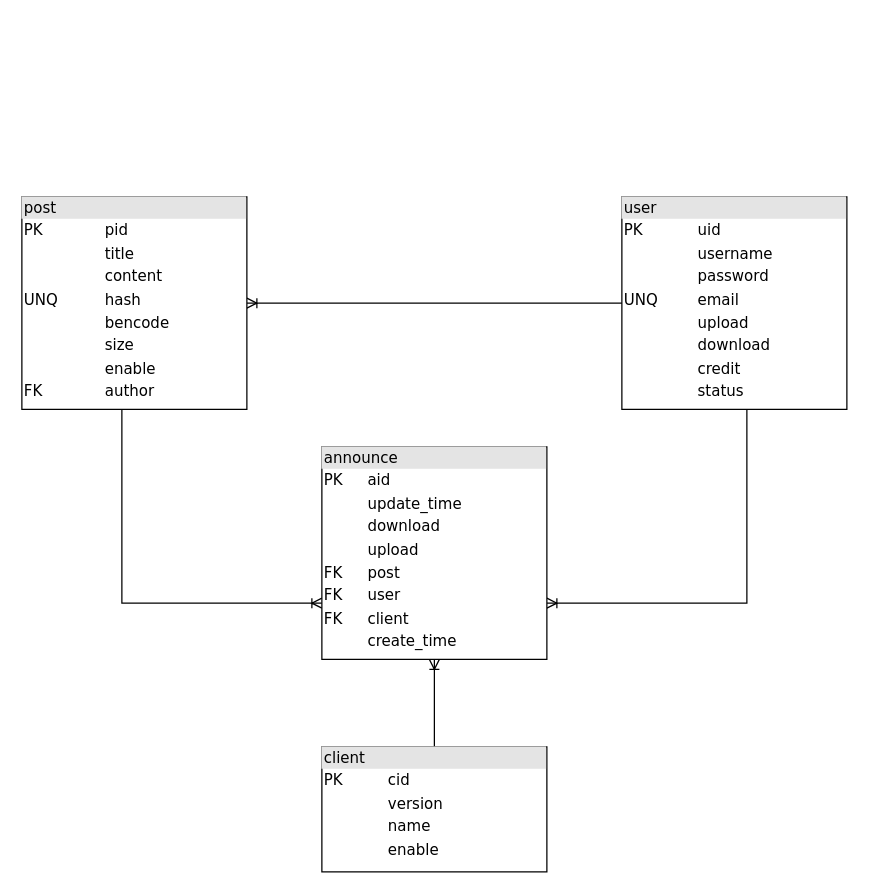
The draw.io diagram configuration/design/er.drawio in Rugal/glavenus, before the edit. Source tidied: cells renumbered, new cells numbered last; positions are measured from the earlier drawing's top-left corner, leaving out a move shared by most shapes. Both pictures are drawn from the tidied source at 125%, with x=0, y=0 at pixel (21, 196).
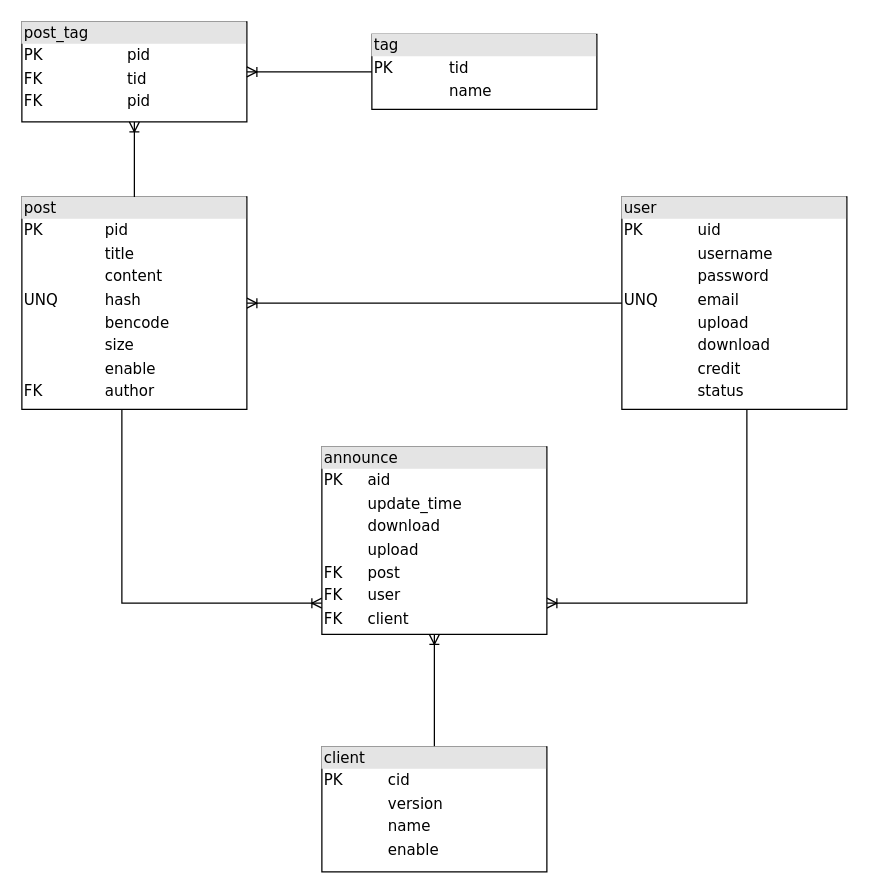
After the change.

The edit, as a diff of the source:
```diff
@@
 <mxGraphModel background="#ffffff">
   <root>
     <mxCell id="0" />
     <mxCell id="1" parent="0" />
     <mxCell id="2" style="edgeStyle=orthogonalEdgeStyle;rounded=0;jettySize=auto;html=1;startArrow=none;startFill=0;endArrow=ERoneToMany;endFill=0;" parent="1" edge="1" source="3" target="9">
       <mxGeometry relative="1" as="geometry">
         <Array as="points">
           <mxPoint x="580" y="325" />
         </Array>
       </mxGeometry>
     </mxCell>
     <mxCell id="3" value="&lt;div style=&quot;box-sizing: border-box ; width: 100% ; background: #e4e4e4 ; padding: 2px&quot;&gt;user&lt;/div&gt;&lt;table style=&quot;width: 100% ; font-size: 1em&quot; cellpadding=&quot;2&quot; cellspacing=&quot;0&quot;&gt;&lt;tbody&gt;&lt;tr&gt;&lt;td&gt;PK&lt;/td&gt;&lt;td&gt;uid&lt;/td&gt;&lt;/tr&gt;&lt;tr&gt;&lt;td&gt;&lt;br&gt;&lt;/td&gt;&lt;td&gt;username&lt;/td&gt;&lt;/tr&gt;&lt;tr&gt;&lt;td&gt;&lt;/td&gt;&lt;td&gt;password&lt;/td&gt;&lt;/tr&gt;&lt;tr&gt;&lt;td&gt;UNQ&lt;/td&gt;&lt;td&gt;email&lt;/td&gt;&lt;/tr&gt;&lt;tr&gt;&lt;td&gt;&lt;br&gt;&lt;/td&gt;&lt;td&gt;upload&lt;br&gt;&lt;/td&gt;&lt;/tr&gt;&lt;tr&gt;&lt;td&gt;&lt;br&gt;&lt;/td&gt;&lt;td&gt;download&lt;/td&gt;&lt;/tr&gt;&lt;tr&gt;&lt;td&gt;&lt;br&gt;&lt;/td&gt;&lt;td&gt;credit&lt;/td&gt;&lt;/tr&gt;&lt;tr&gt;&lt;td&gt;&lt;br&gt;&lt;/td&gt;&lt;td&gt;status&lt;br&gt;&lt;/td&gt;&lt;/tr&gt;&lt;tr&gt;&lt;td&gt;&lt;/td&gt;&lt;td&gt;&lt;/td&gt;&lt;/tr&gt;&lt;/tbody&gt;&lt;/table&gt;" style="verticalAlign=top;align=left;overflow=fill;html=1;rounded=0;shadow=0;comic=0;labelBackgroundColor=none;strokeColor=#000000;strokeWidth=1;fillColor=#ffffff;fontFamily=Verdana;fontSize=12;fontColor=#000000;" parent="1" vertex="1">
       <mxGeometry x="480" width="180" height="170" as="geometry" />
     </mxCell>
     <mxCell id="4" style="edgeStyle=orthogonalEdgeStyle;rounded=0;jettySize=auto;html=1;startArrow=ERoneToMany;startFill=0;endArrow=none;endFill=0;" parent="1" edge="1" source="6" target="3">
       <mxGeometry relative="1" as="geometry" />
     </mxCell>
     <mxCell id="5" style="edgeStyle=orthogonalEdgeStyle;rounded=0;jettySize=auto;html=1;startArrow=none;startFill=0;endArrow=ERoneToMany;endFill=0;" parent="1" edge="1" source="6" target="9">
       <mxGeometry relative="1" as="geometry">
         <Array as="points">
           <mxPoint x="80" y="325" />
         </Array>
       </mxGeometry>
     </mxCell>
     <mxCell id="6" value="&lt;div style=&quot;box-sizing: border-box ; width: 100% ; background: #e4e4e4 ; padding: 2px&quot;&gt;post&lt;/div&gt;&lt;table style=&quot;width: 100% ; font-size: 1em&quot; cellpadding=&quot;2&quot; cellspacing=&quot;0&quot;&gt;&lt;tbody&gt;&lt;tr&gt;&lt;td&gt;PK&lt;/td&gt;&lt;td&gt;pid&lt;/td&gt;&lt;/tr&gt;&lt;tr&gt;&lt;td&gt;&lt;br&gt;&lt;/td&gt;&lt;td&gt;title&lt;/td&gt;&lt;/tr&gt;&lt;tr&gt;&lt;td&gt;&lt;/td&gt;&lt;td&gt;content&lt;/td&gt;&lt;/tr&gt;&lt;tr&gt;&lt;td&gt;UNQ&lt;/td&gt;&lt;td&gt;hash&lt;/td&gt;&lt;/tr&gt;&lt;tr&gt;&lt;td&gt;&lt;br&gt;&lt;/td&gt;&lt;td&gt;bencode&lt;br&gt;&lt;/td&gt;&lt;/tr&gt;&lt;tr&gt;&lt;td&gt;&lt;br&gt;&lt;/td&gt;&lt;td&gt;size&lt;/td&gt;&lt;/tr&gt;&lt;tr&gt;&lt;td&gt;&lt;br&gt;&lt;/td&gt;&lt;td&gt;enable&lt;/td&gt;&lt;/tr&gt;&lt;tr&gt;&lt;td&gt;FK&lt;/td&gt;&lt;td&gt;author&lt;/td&gt;&lt;/tr&gt;&lt;tr&gt;&lt;td&gt;&lt;/td&gt;&lt;td&gt;&lt;/td&gt;&lt;/tr&gt;&lt;/tbody&gt;&lt;/table&gt;" style="verticalAlign=top;align=left;overflow=fill;html=1;rounded=0;shadow=0;comic=0;labelBackgroundColor=none;strokeColor=#000000;strokeWidth=1;fillColor=#ffffff;fontFamily=Verdana;fontSize=12;fontColor=#000000;" parent="1" vertex="1">
       <mxGeometry width="180" height="170" as="geometry" />
     </mxCell>
     <mxCell id="7" style="edgeStyle=orthogonalEdgeStyle;rounded=0;jettySize=auto;html=1;startArrow=none;startFill=0;endArrow=ERoneToMany;endFill=0;" parent="1" edge="1" source="8" target="9">
       <mxGeometry relative="1" as="geometry" />
     </mxCell>
     <mxCell id="8" value="&lt;div style=&quot;box-sizing: border-box ; width: 100% ; background: #e4e4e4 ; padding: 2px&quot;&gt;client&lt;/div&gt;&lt;table style=&quot;width: 100% ; font-size: 1em&quot; cellpadding=&quot;2&quot; cellspacing=&quot;0&quot;&gt;&lt;tbody&gt;&lt;tr&gt;&lt;td&gt;PK&lt;/td&gt;&lt;td&gt;cid&lt;/td&gt;&lt;/tr&gt;&lt;tr&gt;&lt;td&gt;&lt;br&gt;&lt;/td&gt;&lt;td&gt;version&lt;/td&gt;&lt;/tr&gt;&lt;tr&gt;&lt;td&gt;&lt;/td&gt;&lt;td&gt;name&lt;/td&gt;&lt;/tr&gt;&lt;tr&gt;&lt;td&gt;&lt;br&gt;&lt;/td&gt;&lt;td&gt;enable&lt;/td&gt;&lt;/tr&gt;&lt;tr&gt;&lt;td&gt;&lt;br&gt;&lt;/td&gt;&lt;td&gt;&lt;br&gt;&lt;/td&gt;&lt;/tr&gt;&lt;tr&gt;&lt;td&gt;&lt;/td&gt;&lt;td&gt;&lt;/td&gt;&lt;/tr&gt;&lt;tr&gt;&lt;td&gt;&lt;/td&gt;&lt;td&gt;&lt;/td&gt;&lt;/tr&gt;&lt;/tbody&gt;&lt;/table&gt;" style="verticalAlign=top;align=left;overflow=fill;html=1;rounded=0;shadow=0;comic=0;labelBackgroundColor=none;strokeColor=#000000;strokeWidth=1;fillColor=#ffffff;fontFamily=Verdana;fontSize=12;fontColor=#000000;" parent="1" vertex="1">
       <mxGeometry x="240" y="440" width="180" height="100" as="geometry" />
     </mxCell>
-    <mxCell id="9" value="&lt;div style=&quot;box-sizing: border-box ; width: 100% ; background: #e4e4e4 ; padding: 2px&quot;&gt;announce&lt;/div&gt;&lt;table style=&quot;width: 100% ; font-size: 1em&quot; cellpadding=&quot;2&quot; cellspacing=&quot;0&quot;&gt;&lt;tbody&gt;&lt;tr&gt;&lt;td&gt;PK&lt;/td&gt;&lt;td&gt;aid&lt;/td&gt;&lt;/tr&gt;&lt;tr&gt;&lt;td&gt;&lt;br&gt;&lt;/td&gt;&lt;td&gt;update_time&lt;br&gt;&lt;/td&gt;&lt;/tr&gt;&lt;tr&gt;&lt;td&gt;&lt;/td&gt;&lt;td&gt;download&lt;/td&gt;&lt;/tr&gt;&lt;tr&gt;&lt;td&gt;&lt;br&gt;&lt;/td&gt;&lt;td&gt;upload&lt;/td&gt;&lt;/tr&gt;&lt;tr&gt;&lt;td&gt;FK&lt;/td&gt;&lt;td&gt;post&lt;/td&gt;&lt;/tr&gt;&lt;tr&gt;&lt;td&gt;FK&lt;/td&gt;&lt;td&gt;user&lt;/td&gt;&lt;/tr&gt;&lt;tr&gt;&lt;td&gt;FK&lt;/td&gt;&lt;td&gt;client&lt;/td&gt;&lt;/tr&gt;&lt;tr&gt;&lt;td&gt;&lt;br&gt;&lt;/td&gt;&lt;td&gt;create_time&lt;br&gt;&lt;/td&gt;&lt;/tr&gt;&lt;tr&gt;&lt;td&gt;&lt;/td&gt;&lt;td&gt;&lt;/td&gt;&lt;/tr&gt;&lt;/tbody&gt;&lt;/table&gt;" style="verticalAlign=top;align=left;overflow=fill;html=1;rounded=0;shadow=0;comic=0;labelBackgroundColor=none;strokeColor=#000000;strokeWidth=1;fillColor=#ffffff;fontFamily=Verdana;fontSize=12;fontColor=#000000;" parent="1" vertex="1">
-      <mxGeometry x="240" y="200" width="180" height="170" as="geometry" />
+    <mxCell id="9" value="&lt;div style=&quot;box-sizing: border-box ; width: 100% ; background: #e4e4e4 ; padding: 2px&quot;&gt;announce&lt;/div&gt;&lt;table style=&quot;width: 100% ; font-size: 1em&quot; cellpadding=&quot;2&quot; cellspacing=&quot;0&quot;&gt;&lt;tbody&gt;&lt;tr&gt;&lt;td&gt;PK&lt;/td&gt;&lt;td&gt;aid&lt;/td&gt;&lt;/tr&gt;&lt;tr&gt;&lt;td&gt;&lt;br&gt;&lt;/td&gt;&lt;td&gt;update_time&lt;br&gt;&lt;/td&gt;&lt;/tr&gt;&lt;tr&gt;&lt;td&gt;&lt;/td&gt;&lt;td&gt;download&lt;/td&gt;&lt;/tr&gt;&lt;tr&gt;&lt;td&gt;&lt;br&gt;&lt;/td&gt;&lt;td&gt;upload&lt;/td&gt;&lt;/tr&gt;&lt;tr&gt;&lt;td&gt;FK&lt;/td&gt;&lt;td&gt;post&lt;/td&gt;&lt;/tr&gt;&lt;tr&gt;&lt;td&gt;FK&lt;/td&gt;&lt;td&gt;user&lt;/td&gt;&lt;/tr&gt;&lt;tr&gt;&lt;td&gt;FK&lt;/td&gt;&lt;td&gt;client&lt;/td&gt;&lt;/tr&gt;&lt;tr&gt;&lt;td&gt;&lt;br&gt;&lt;/td&gt;&lt;td&gt;&lt;br&gt;&lt;/td&gt;&lt;/tr&gt;&lt;tr&gt;&lt;td&gt;&lt;/td&gt;&lt;td&gt;&lt;/td&gt;&lt;/tr&gt;&lt;/tbody&gt;&lt;/table&gt;" style="verticalAlign=top;align=left;overflow=fill;html=1;rounded=0;shadow=0;comic=0;labelBackgroundColor=none;strokeColor=#000000;strokeWidth=1;fillColor=#ffffff;fontFamily=Verdana;fontSize=12;fontColor=#000000;" parent="1" vertex="1">
+      <mxGeometry x="240" y="200" width="180" height="150" as="geometry" />
     </mxCell>
+    <mxCell id="10" value="&lt;div style=&quot;box-sizing: border-box ; width: 100% ; background: #e4e4e4 ; padding: 2px&quot;&gt;tag&lt;/div&gt;&lt;table style=&quot;width: 100% ; font-size: 1em&quot; cellpadding=&quot;2&quot; cellspacing=&quot;0&quot;&gt;&lt;tbody&gt;&lt;tr&gt;&lt;td&gt;PK&lt;/td&gt;&lt;td&gt;tid&lt;/td&gt;&lt;/tr&gt;&lt;tr&gt;&lt;td&gt;&lt;br&gt;&lt;/td&gt;&lt;td&gt;name&lt;/td&gt;&lt;/tr&gt;&lt;tr&gt;&lt;td&gt;&lt;br&gt;&lt;/td&gt;&lt;td&gt;&lt;/td&gt;&lt;/tr&gt;&lt;tr&gt;&lt;td&gt;&lt;/td&gt;&lt;td&gt;&lt;/td&gt;&lt;/tr&gt;&lt;/tbody&gt;&lt;/table&gt;" style="verticalAlign=top;align=left;overflow=fill;html=1;rounded=0;shadow=0;comic=0;labelBackgroundColor=none;strokeColor=#000000;strokeWidth=1;fillColor=#ffffff;fontFamily=Verdana;fontSize=12;fontColor=#000000;" parent="1" vertex="1">
+      <mxGeometry x="280" y="-130" width="180" height="60" as="geometry" />
+    </mxCell>
+    <mxCell id="11" value="&lt;div style=&quot;box-sizing: border-box ; width: 100% ; background: #e4e4e4 ; padding: 2px&quot;&gt;post_tag&lt;/div&gt;&lt;table style=&quot;width: 100% ; font-size: 1em&quot; cellpadding=&quot;2&quot; cellspacing=&quot;0&quot;&gt;&lt;tbody&gt;&lt;tr&gt;&lt;td&gt;PK&lt;/td&gt;&lt;td&gt;pid&lt;/td&gt;&lt;/tr&gt;&lt;tr&gt;&lt;td&gt;FK&lt;/td&gt;&lt;td&gt;tid&lt;/td&gt;&lt;/tr&gt;&lt;tr&gt;&lt;td&gt;FK&lt;/td&gt;&lt;td&gt;pid&lt;/td&gt;&lt;/tr&gt;&lt;tr&gt;&lt;td&gt;&lt;br&gt;&lt;/td&gt;&lt;td&gt;&lt;br&gt;&lt;/td&gt;&lt;/tr&gt;&lt;tr&gt;&lt;td&gt;&lt;/td&gt;&lt;td&gt;&lt;/td&gt;&lt;/tr&gt;&lt;/tbody&gt;&lt;/table&gt;" style="verticalAlign=top;align=left;overflow=fill;html=1;rounded=0;shadow=0;comic=0;labelBackgroundColor=none;strokeColor=#000000;strokeWidth=1;fillColor=#ffffff;fontFamily=Verdana;fontSize=12;fontColor=#000000;" parent="1" vertex="1">
+      <mxGeometry y="-140" width="180" height="80" as="geometry" />
+    </mxCell>
+    <mxCell id="12" style="edgeStyle=orthogonalEdgeStyle;rounded=0;jettySize=auto;html=1;startArrow=none;startFill=0;endArrow=ERoneToMany;endFill=0;entryX=1;entryY=0.5;entryDx=0;entryDy=0;" parent="1" edge="1" source="10" target="11">
+      <mxGeometry relative="1" as="geometry" />
+    </mxCell>
+    <mxCell id="13" style="edgeStyle=orthogonalEdgeStyle;rounded=0;jettySize=auto;html=1;startArrow=none;startFill=0;endArrow=ERoneToMany;endFill=0;" parent="1" edge="1" source="6" target="11">
+      <mxGeometry relative="1" as="geometry" />
+    </mxCell>
   </root>
 </mxGraphModel>
```
